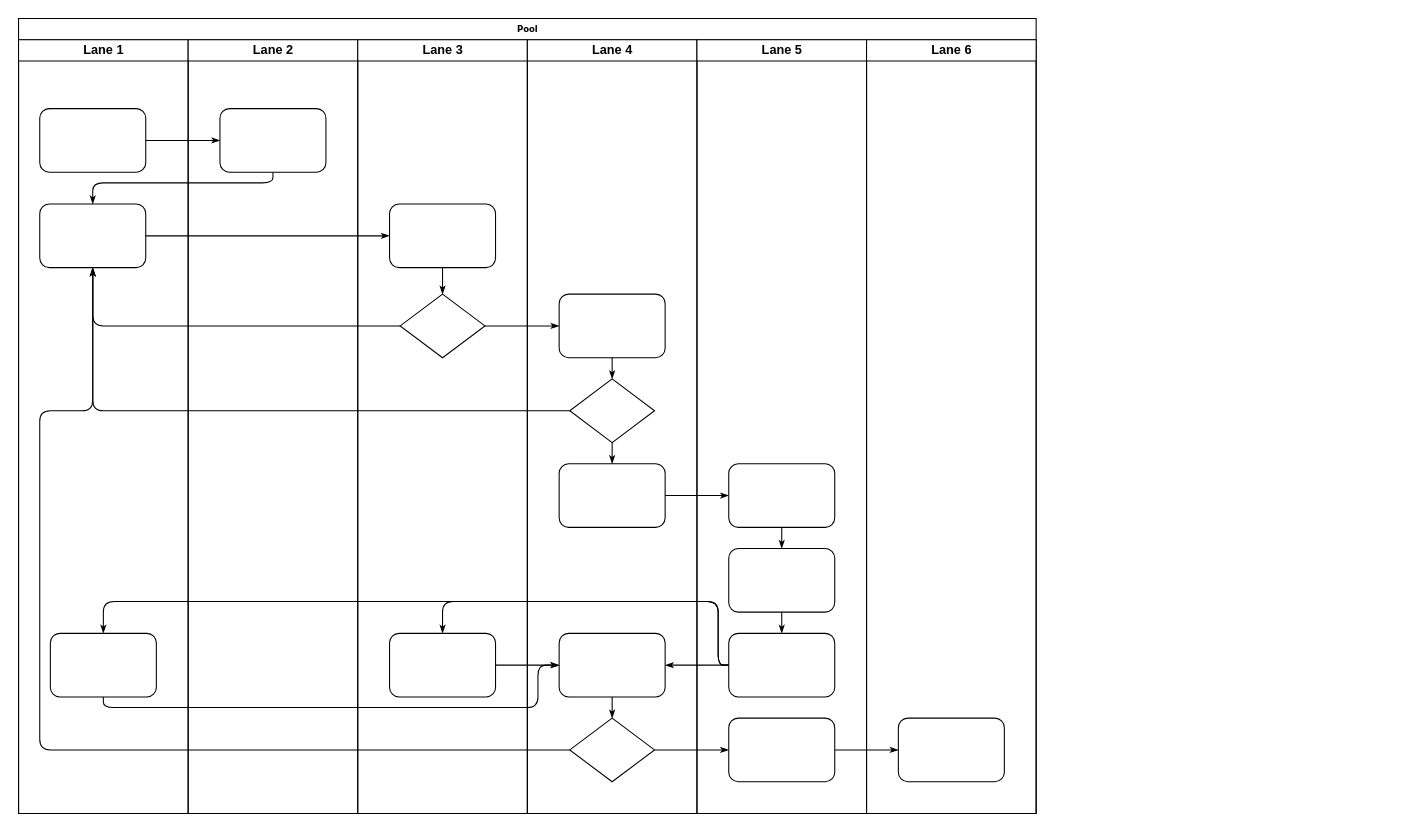
Before: 未命名绘图.drawio in linxinqiang90/drawio, a draw.io diagram. Source tidied: cells renumbered, new cells numbered last; positions are measured from the earlier drawing's top-left corner, leaving out a move shared by most shapes. Both pictures are drawn from the tidied source at 106%, with x=0, y=0 at pixel (18, 18).
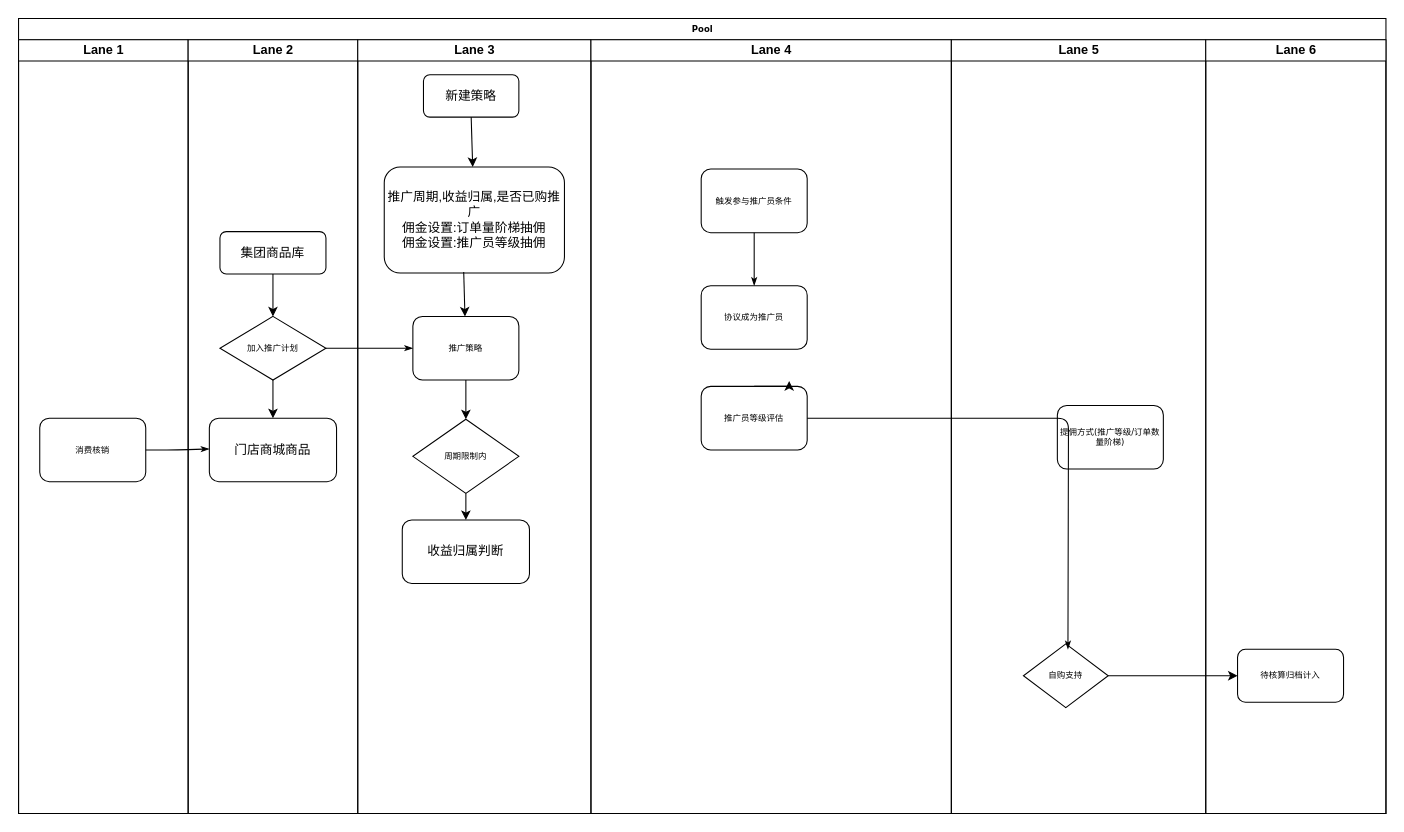
The same diagram, later.

Commit message:
更新未命名绘图.drawio

Unchanged cells that the change refers to:
```xml
<mxCell id="3" value="Lane 1" style="swimlane;html=1;startSize=20;" parent="2" vertex="1">
  <mxGeometry y="20" width="160" height="730" as="geometry" />
</mxCell>
```

Change to the diagram source:
```diff
@@
     <mxCell id="2" value="Pool" style="swimlane;html=1;startSize=20;rounded=0;shadow=0;labelBackgroundColor=none;strokeWidth=1;fontFamily=Verdana;fontSize=8;align=center;" parent="1" vertex="1">
-      <mxGeometry width="960" height="750" as="geometry" />
+      <mxGeometry width="1290" height="750" as="geometry" />
     </mxCell>
@@
+    <mxCell id="5" value="消费核销" style="rounded=1;whiteSpace=wrap;html=1;shadow=0;labelBackgroundColor=none;strokeWidth=1;fontFamily=Verdana;fontSize=8;align=center;" parent="3" vertex="1">
+      <mxGeometry x="20" y="357" width="100" height="60" as="geometry" />
+    </mxCell>
+    <mxCell id="9" style="edgeStyle=orthogonalEdgeStyle;rounded=1;html=1;labelBackgroundColor=none;startArrow=none;startFill=0;startSize=5;endArrow=classicThin;endFill=1;endSize=5;jettySize=auto;strokeWidth=1;fontFamily=Verdana;fontSize=8;exitX=1;exitY=0.5;exitDx=0;exitDy=0;" parent="2" edge="1" source="5">
+      <mxGeometry relative="1" as="geometry">
+        <mxPoint x="180" y="406" as="targetPoint" />
+      </mxGeometry>
+    </mxCell>
+    <mxCell id="13" style="edgeStyle=orthogonalEdgeStyle;rounded=1;html=1;labelBackgroundColor=none;startArrow=none;startFill=0;startSize=5;endArrow=classicThin;endFill=1;endSize=5;jettySize=auto;strokeWidth=1;fontFamily=Verdana;fontSize=8;" parent="2" edge="1" source="26" target="30">
+      <mxGeometry relative="1" as="geometry" />
+    </mxCell>
+    <mxCell id="22" value="Lane 2" style="swimlane;html=1;startSize=20;" parent="2" vertex="1">
+      <mxGeometry x="160" y="20" width="160" height="730" as="geometry" />
+    </mxCell>
+    <mxCell id="26" value="加入推广计划" style="rhombus;whiteSpace=wrap;html=1;rounded=0;shadow=0;labelBackgroundColor=none;strokeWidth=1;fontFamily=Verdana;fontSize=8;align=center;" parent="22" vertex="1">
+      <mxGeometry x="30" y="261" width="100" height="60" as="geometry" />
+    </mxCell>
+    <mxCell id="47" value="集团商品库" style="rounded=1;whiteSpace=wrap;html=1;" parent="22" vertex="1">
+      <mxGeometry x="30" y="181" width="100" height="40" as="geometry" />
+    </mxCell>
+    <mxCell id="48" value="门店商城商品" style="rounded=1;whiteSpace=wrap;html=1;" parent="22" vertex="1">
+      <mxGeometry x="20" y="357" width="120" height="60" as="geometry" />
+    </mxCell>
+    <mxCell id="49" style="endArrow=classic;html=1;rounded=0;entryX=0.5;entryY=0;entryDx=0;entryDy=0;exitX=0.5;exitY=1;exitDx=0;exitDy=0;" parent="22" edge="1" source="26" target="48">
+      <mxGeometry relative="1" as="geometry" />
+    </mxCell>
+    <mxCell id="24" value="Lane 3" style="swimlane;html=1;startSize=20;" parent="2" vertex="1">
+      <mxGeometry x="320" y="20" width="220" height="730" as="geometry" />
+    </mxCell>
+    <mxCell id="30" value="推广策略" style="rounded=1;whiteSpace=wrap;html=1;shadow=0;labelBackgroundColor=none;strokeWidth=1;fontFamily=Verdana;fontSize=8;align=center;" parent="24" vertex="1">
+      <mxGeometry x="52" y="261" width="100" height="60" as="geometry" />
+    </mxCell>
+    <mxCell id="50" value="周期限制内" style="rhombus;whiteSpace=wrap;html=1;rounded=0;shadow=0;labelBackgroundColor=none;strokeWidth=1;fontFamily=Verdana;fontSize=8;align=center;" parent="24" vertex="1">
+      <mxGeometry x="52" y="358" width="100" height="70" as="geometry" />
+    </mxCell>
+    <mxCell id="51" style="endArrow=classic;html=1;rounded=0;exitX=0.5;exitY=1;exitDx=0;exitDy=0;" parent="24" edge="1" source="30" target="50">
+      <mxGeometry relative="1" as="geometry" />
+    </mxCell>
+    <mxCell id="52" value="收益归属判断" style="rounded=1;whiteSpace=wrap;html=1;" parent="24" vertex="1">
+      <mxGeometry x="42" y="453" width="120" height="60" as="geometry" />
+    </mxCell>
+    <mxCell id="53" style="endArrow=classic;html=1;rounded=0;exitX=0.5;exitY=1;exitDx=0;exitDy=0;" parent="24" edge="1" source="50" target="52">
+      <mxGeometry relative="1" as="geometry" />
+    </mxCell>
+    <mxCell id="54" value="新建策略" style="rounded=1;whiteSpace=wrap;html=1;" parent="24" vertex="1">
+      <mxGeometry x="62" y="33" width="90" height="40" as="geometry" />
+    </mxCell>
+    <mxCell id="55" value="推广周期,收益归属,是否已购推广&lt;br&gt;佣金设置:订单量阶梯抽佣&lt;br&gt;佣金设置:推广员等级抽佣" style="rounded=1;whiteSpace=wrap;html=1;" parent="24" vertex="1">
+      <mxGeometry x="25" y="120" width="170" height="100" as="geometry" />
+    </mxCell>
+    <mxCell id="56" style="endArrow=classic;html=1;rounded=0;exitX=0.5;exitY=1;exitDx=0;exitDy=0;" parent="24" edge="1" source="54" target="55">
+      <mxGeometry relative="1" as="geometry" />
+    </mxCell>
+    <mxCell id="57" style="endArrow=classic;html=1;rounded=0;exitX=0.441;exitY=0.99;exitDx=0;exitDy=0;exitPerimeter=0;" parent="24" edge="1" source="55" target="30">
+      <mxGeometry relative="1" as="geometry" />
+    </mxCell>
+    <mxCell id="29" value="Lane 4" style="swimlane;html=1;startSize=20;" parent="2" vertex="1">
+      <mxGeometry x="540" y="20" width="340" height="730" as="geometry" />
+    </mxCell>
-    <mxCell id="4" style="rounded=1;whiteSpace=wrap;html=1;shadow=0;labelBackgroundColor=none;strokeWidth=1;fontFamily=Verdana;fontSize=8;align=center;" parent="3" vertex="1">
-      <mxGeometry x="20" y="65" width="100" height="60" as="geometry" />
+    <mxCell id="4" value="触发参与推广员条件" style="rounded=1;whiteSpace=wrap;html=1;shadow=0;labelBackgroundColor=none;strokeWidth=1;fontFamily=Verdana;fontSize=8;align=center;" parent="29" vertex="1">
+      <mxGeometry x="104" y="122" width="100" height="60" as="geometry" />
     </mxCell>
-    <mxCell id="5" style="rounded=1;whiteSpace=wrap;html=1;shadow=0;labelBackgroundColor=none;strokeWidth=1;fontFamily=Verdana;fontSize=8;align=center;" parent="3" vertex="1">
-      <mxGeometry x="20" y="155" width="100" height="60" as="geometry" />
-    </mxCell>
-    <mxCell id="6" style="rounded=1;whiteSpace=wrap;html=1;shadow=0;labelBackgroundColor=none;strokeWidth=1;fontFamily=Verdana;fontSize=8;align=center;" parent="3" vertex="1">
-      <mxGeometry x="30" y="560" width="100" height="60" as="geometry" />
-    </mxCell>
-    <mxCell id="7" style="edgeStyle=orthogonalEdgeStyle;rounded=1;html=1;labelBackgroundColor=none;startArrow=none;startFill=0;startSize=5;endArrow=classicThin;endFill=1;endSize=5;jettySize=auto;strokeWidth=1;fontFamily=Verdana;fontSize=8;" parent="2" edge="1" source="4" target="23">
+    <mxCell id="7" style="edgeStyle=orthogonalEdgeStyle;rounded=1;html=1;labelBackgroundColor=none;startArrow=none;startFill=0;startSize=5;endArrow=classicThin;endFill=1;endSize=5;jettySize=auto;strokeWidth=1;fontFamily=Verdana;fontSize=8;" parent="29" edge="1" source="4" target="23">
       <mxGeometry relative="1" as="geometry" />
     </mxCell>
-    <mxCell id="8" style="edgeStyle=orthogonalEdgeStyle;rounded=1;html=1;labelBackgroundColor=none;startArrow=none;startFill=0;startSize=5;endArrow=classicThin;endFill=1;endSize=5;jettySize=auto;strokeWidth=1;fontFamily=Verdana;fontSize=8;" parent="2" edge="1" source="23" target="5">
-      <mxGeometry relative="1" as="geometry">
-        <Array as="points">
-          <mxPoint x="240" y="155" />
-          <mxPoint x="70" y="155" />
-        </Array>
-      </mxGeometry>
-    </mxCell>
-    <mxCell id="9" style="edgeStyle=orthogonalEdgeStyle;rounded=1;html=1;labelBackgroundColor=none;startArrow=none;startFill=0;startSize=5;endArrow=classicThin;endFill=1;endSize=5;jettySize=auto;strokeWidth=1;fontFamily=Verdana;fontSize=8;" parent="2" edge="1" source="5" target="25">
-      <mxGeometry relative="1" as="geometry" />
-    </mxCell>
-    <mxCell id="10" style="edgeStyle=orthogonalEdgeStyle;rounded=1;html=1;labelBackgroundColor=none;startArrow=none;startFill=0;startSize=5;endArrow=classicThin;endFill=1;endSize=5;jettySize=auto;strokeWidth=1;fontFamily=Verdana;fontSize=8;" parent="2" edge="1" source="26" target="5">
-      <mxGeometry relative="1" as="geometry" />
-    </mxCell>
-    <mxCell id="11" style="edgeStyle=orthogonalEdgeStyle;rounded=1;html=1;labelBackgroundColor=none;startArrow=none;startFill=0;startSize=5;endArrow=classicThin;endFill=1;endSize=5;jettySize=auto;strokeWidth=1;fontFamily=Verdana;fontSize=8;" parent="2" edge="1" source="31" target="5">
-      <mxGeometry relative="1" as="geometry" />
-    </mxCell>
-    <mxCell id="12" style="edgeStyle=orthogonalEdgeStyle;rounded=1;html=1;labelBackgroundColor=none;startArrow=none;startFill=0;startSize=5;endArrow=classicThin;endFill=1;endSize=5;jettySize=auto;strokeWidth=1;fontFamily=Verdana;fontSize=8;" parent="2" edge="1" source="34" target="5">
-      <mxGeometry relative="1" as="geometry">
-        <Array as="points">
-          <mxPoint x="20" y="690" />
-          <mxPoint x="20" y="370" />
-          <mxPoint x="70" y="370" />
-        </Array>
-      </mxGeometry>
-    </mxCell>
-    <mxCell id="13" style="edgeStyle=orthogonalEdgeStyle;rounded=1;html=1;labelBackgroundColor=none;startArrow=none;startFill=0;startSize=5;endArrow=classicThin;endFill=1;endSize=5;jettySize=auto;strokeWidth=1;fontFamily=Verdana;fontSize=8;" parent="2" edge="1" source="26" target="30">
-      <mxGeometry relative="1" as="geometry" />
-    </mxCell>
-    <mxCell id="14" style="edgeStyle=orthogonalEdgeStyle;rounded=1;html=1;labelBackgroundColor=none;startArrow=none;startFill=0;startSize=5;endArrow=classicThin;endFill=1;endSize=5;jettySize=auto;strokeWidth=1;fontFamily=Verdana;fontSize=8;" parent="2" edge="1" source="34" target="42">
-      <mxGeometry relative="1" as="geometry" />
-    </mxCell>
-    <mxCell id="15" style="edgeStyle=orthogonalEdgeStyle;rounded=1;html=1;labelBackgroundColor=none;startArrow=none;startFill=0;startSize=5;endArrow=classicThin;endFill=1;endSize=5;jettySize=auto;strokeWidth=1;fontFamily=Verdana;fontSize=8;" parent="2" edge="1" source="42" target="46">
-      <mxGeometry relative="1" as="geometry" />
-    </mxCell>
-    <mxCell id="16" style="edgeStyle=orthogonalEdgeStyle;rounded=1;html=1;labelBackgroundColor=none;startArrow=none;startFill=0;startSize=5;endArrow=classicThin;endFill=1;endSize=5;jettySize=auto;strokeWidth=1;fontFamily=Verdana;fontSize=8;" parent="2" edge="1" source="32" target="39">
-      <mxGeometry relative="1" as="geometry" />
-    </mxCell>
-    <mxCell id="17" style="edgeStyle=orthogonalEdgeStyle;rounded=1;html=1;labelBackgroundColor=none;startArrow=none;startFill=0;startSize=5;endArrow=classicThin;endFill=1;endSize=5;jettySize=auto;strokeWidth=1;fontFamily=Verdana;fontSize=8;" parent="2" edge="1" source="41" target="27">
-      <mxGeometry relative="1" as="geometry">
-        <Array as="points">
-          <mxPoint x="660" y="610" />
-          <mxPoint x="660" y="550" />
-          <mxPoint x="400" y="550" />
-        </Array>
-      </mxGeometry>
-    </mxCell>
-    <mxCell id="18" style="edgeStyle=orthogonalEdgeStyle;rounded=1;html=1;labelBackgroundColor=none;startArrow=none;startFill=0;startSize=5;endArrow=classicThin;endFill=1;endSize=5;jettySize=auto;strokeColor=#000000;strokeWidth=1;fontFamily=Verdana;fontSize=8;fontColor=#000000;" parent="2" edge="1" source="41" target="33">
-      <mxGeometry relative="1" as="geometry" />
-    </mxCell>
-    <mxCell id="19" style="edgeStyle=orthogonalEdgeStyle;rounded=1;html=1;labelBackgroundColor=none;startArrow=none;startFill=0;startSize=5;endArrow=classicThin;endFill=1;endSize=5;jettySize=auto;strokeWidth=1;fontFamily=Verdana;fontSize=8;" parent="2" edge="1" source="41" target="6">
-      <mxGeometry relative="1" as="geometry">
-        <Array as="points">
-          <mxPoint x="660" y="610" />
-          <mxPoint x="660" y="550" />
-          <mxPoint x="80" y="550" />
-        </Array>
-      </mxGeometry>
-    </mxCell>
-    <mxCell id="20" style="edgeStyle=orthogonalEdgeStyle;rounded=1;html=1;labelBackgroundColor=none;startArrow=none;startFill=0;startSize=5;endArrow=classicThin;endFill=1;endSize=5;jettySize=auto;strokeWidth=1;fontFamily=Verdana;fontSize=8;" parent="2" edge="1" source="6" target="33">
-      <mxGeometry relative="1" as="geometry">
-        <Array as="points">
-          <mxPoint x="80" y="650" />
-          <mxPoint x="490" y="650" />
-          <mxPoint x="490" y="610" />
-        </Array>
-      </mxGeometry>
-    </mxCell>
-    <mxCell id="21" style="edgeStyle=orthogonalEdgeStyle;rounded=1;html=1;labelBackgroundColor=none;startArrow=none;startFill=0;startSize=5;endArrow=classicThin;endFill=1;endSize=5;jettySize=auto;strokeWidth=1;fontFamily=Verdana;fontSize=8;" parent="2" edge="1" source="27" target="33">
-      <mxGeometry relative="1" as="geometry" />
-    </mxCell>
-    <mxCell id="22" value="Lane 2" style="swimlane;html=1;startSize=20;" parent="2" vertex="1">
-      <mxGeometry x="160" y="20" width="160" height="730" as="geometry" />
-    </mxCell>
-    <mxCell id="23" style="rounded=1;whiteSpace=wrap;html=1;shadow=0;labelBackgroundColor=none;strokeWidth=1;fontFamily=Verdana;fontSize=8;align=center;" parent="22" vertex="1">
-      <mxGeometry x="30" y="65" width="100" height="60" as="geometry" />
+    <mxCell id="23" value="协议成为推广员" style="rounded=1;whiteSpace=wrap;html=1;shadow=0;labelBackgroundColor=none;strokeWidth=1;fontFamily=Verdana;fontSize=8;align=center;" parent="29" vertex="1">
+      <mxGeometry x="104" y="232" width="100" height="60" as="geometry" />
     </mxCell>
-    <mxCell id="24" value="Lane 3" style="swimlane;html=1;startSize=20;" parent="2" vertex="1">
-      <mxGeometry x="320" y="20" width="160" height="730" as="geometry" />
-    </mxCell>
-    <mxCell id="25" style="rounded=1;whiteSpace=wrap;html=1;shadow=0;labelBackgroundColor=none;strokeWidth=1;fontFamily=Verdana;fontSize=8;align=center;" parent="24" vertex="1">
-      <mxGeometry x="30" y="155" width="100" height="60" as="geometry" />
-    </mxCell>
-    <mxCell id="26" style="rhombus;whiteSpace=wrap;html=1;rounded=0;shadow=0;labelBackgroundColor=none;strokeWidth=1;fontFamily=Verdana;fontSize=8;align=center;" parent="24" vertex="1">
-      <mxGeometry x="40" y="240" width="80" height="60" as="geometry" />
-    </mxCell>
-    <mxCell id="27" style="rounded=1;whiteSpace=wrap;html=1;shadow=0;labelBackgroundColor=none;strokeWidth=1;fontFamily=Verdana;fontSize=8;align=center;" parent="24" vertex="1">
-      <mxGeometry x="30" y="560" width="100" height="60" as="geometry" />
-    </mxCell>
-    <mxCell id="28" style="edgeStyle=orthogonalEdgeStyle;rounded=1;html=1;labelBackgroundColor=none;startArrow=none;startFill=0;startSize=5;endArrow=classicThin;endFill=1;endSize=5;jettySize=auto;strokeWidth=1;fontFamily=Verdana;fontSize=8;" parent="24" edge="1" source="25" target="26">
-      <mxGeometry relative="1" as="geometry" />
-    </mxCell>
-    <mxCell id="29" value="Lane 4" style="swimlane;html=1;startSize=20;" parent="2" vertex="1">
-      <mxGeometry x="480" y="20" width="160" height="730" as="geometry" />
-    </mxCell>
-    <mxCell id="30" style="rounded=1;whiteSpace=wrap;html=1;shadow=0;labelBackgroundColor=none;strokeWidth=1;fontFamily=Verdana;fontSize=8;align=center;" parent="29" vertex="1">
-      <mxGeometry x="30" y="240" width="100" height="60" as="geometry" />
-    </mxCell>
-    <mxCell id="31" style="rhombus;whiteSpace=wrap;html=1;rounded=0;shadow=0;labelBackgroundColor=none;strokeWidth=1;fontFamily=Verdana;fontSize=8;align=center;" parent="29" vertex="1">
-      <mxGeometry x="40" y="320" width="80" height="60" as="geometry" />
-    </mxCell>
-    <mxCell id="32" style="rounded=1;whiteSpace=wrap;html=1;shadow=0;labelBackgroundColor=none;strokeWidth=1;fontFamily=Verdana;fontSize=8;align=center;" parent="29" vertex="1">
-      <mxGeometry x="30" y="400" width="100" height="60" as="geometry" />
+    <mxCell id="32" value="推广员等级评估" style="rounded=1;whiteSpace=wrap;html=1;shadow=0;labelBackgroundColor=none;strokeWidth=1;fontFamily=Verdana;fontSize=8;align=center;" parent="29" vertex="1">
+      <mxGeometry x="104" y="327" width="100" height="60" as="geometry" />
     </mxCell>
-    <mxCell id="33" style="rounded=1;whiteSpace=wrap;html=1;shadow=0;labelBackgroundColor=none;strokeWidth=1;fontFamily=Verdana;fontSize=8;align=center;" parent="29" vertex="1">
-      <mxGeometry x="30" y="560" width="100" height="60" as="geometry" />
-    </mxCell>
-    <mxCell id="34" style="rhombus;whiteSpace=wrap;html=1;rounded=0;shadow=0;labelBackgroundColor=none;strokeWidth=1;fontFamily=Verdana;fontSize=8;align=center;" parent="29" vertex="1">
-      <mxGeometry x="40" y="640" width="80" height="60" as="geometry" />
-    </mxCell>
-    <mxCell id="35" style="edgeStyle=orthogonalEdgeStyle;rounded=1;html=1;labelBackgroundColor=none;startArrow=none;startFill=0;startSize=5;endArrow=classicThin;endFill=1;endSize=5;jettySize=auto;strokeColor=#000000;strokeWidth=1;fontFamily=Verdana;fontSize=8;fontColor=#000000;" parent="29" edge="1" source="30" target="31">
-      <mxGeometry relative="1" as="geometry" />
-    </mxCell>
-    <mxCell id="36" style="edgeStyle=orthogonalEdgeStyle;rounded=1;html=1;labelBackgroundColor=none;startArrow=none;startFill=0;startSize=5;endArrow=classicThin;endFill=1;endSize=5;jettySize=auto;strokeWidth=1;fontFamily=Verdana;fontSize=8;" parent="29" edge="1" source="31" target="32">
-      <mxGeometry relative="1" as="geometry" />
-    </mxCell>
-    <mxCell id="37" style="edgeStyle=orthogonalEdgeStyle;rounded=1;html=1;labelBackgroundColor=none;startArrow=none;startFill=0;startSize=5;endArrow=classicThin;endFill=1;endSize=5;jettySize=auto;strokeWidth=1;fontFamily=Verdana;fontSize=8;" parent="29" edge="1" source="33" target="34">
-      <mxGeometry relative="1" as="geometry" />
-    </mxCell>
+    <mxCell id="58" style="edgeStyle=orthogonalEdgeStyle;rounded=0;orthogonalLoop=1;jettySize=auto;html=1;exitX=0.5;exitY=0;exitDx=0;exitDy=0;entryX=0.83;entryY=-0.083;entryDx=0;entryDy=0;entryPerimeter=0;" parent="29" edge="1" source="32" target="32">
+      <mxGeometry relative="1" as="geometry" />
+    </mxCell>
     <mxCell id="38" value="Lane 5" style="swimlane;html=1;startSize=20;" parent="2" vertex="1">
-      <mxGeometry x="640" y="20" width="160" height="730" as="geometry" />
+      <mxGeometry x="880" y="20" width="240" height="730" as="geometry" />
     </mxCell>
-    <mxCell id="39" style="rounded=1;whiteSpace=wrap;html=1;shadow=0;labelBackgroundColor=none;strokeWidth=1;fontFamily=Verdana;fontSize=8;align=center;" parent="38" vertex="1">
-      <mxGeometry x="30" y="400" width="100" height="60" as="geometry" />
-    </mxCell>
-    <mxCell id="40" style="rounded=1;whiteSpace=wrap;html=1;shadow=0;labelBackgroundColor=none;strokeWidth=1;fontFamily=Verdana;fontSize=8;align=center;" parent="38" vertex="1">
-      <mxGeometry x="30" y="480" width="100" height="60" as="geometry" />
-    </mxCell>
-    <mxCell id="41" style="rounded=1;whiteSpace=wrap;html=1;shadow=0;labelBackgroundColor=none;strokeWidth=1;fontFamily=Verdana;fontSize=8;align=center;" parent="38" vertex="1">
-      <mxGeometry x="30" y="560" width="100" height="60" as="geometry" />
-    </mxCell>
-    <mxCell id="42" style="rounded=1;whiteSpace=wrap;html=1;shadow=0;labelBackgroundColor=none;strokeWidth=1;fontFamily=Verdana;fontSize=8;align=center;" parent="38" vertex="1">
-      <mxGeometry x="30" y="640" width="100" height="60" as="geometry" />
-    </mxCell>
-    <mxCell id="43" style="edgeStyle=orthogonalEdgeStyle;rounded=1;html=1;labelBackgroundColor=none;startArrow=none;startFill=0;startSize=5;endArrow=classicThin;endFill=1;endSize=5;jettySize=auto;strokeWidth=1;fontFamily=Verdana;fontSize=8;" parent="38" edge="1" source="39" target="40">
-      <mxGeometry relative="1" as="geometry" />
-    </mxCell>
-    <mxCell id="44" style="edgeStyle=orthogonalEdgeStyle;rounded=1;html=1;labelBackgroundColor=none;startArrow=none;startFill=0;startSize=5;endArrow=classicThin;endFill=1;endSize=5;jettySize=auto;strokeWidth=1;fontFamily=Verdana;fontSize=8;" parent="38" edge="1" source="40" target="41">
-      <mxGeometry relative="1" as="geometry" />
-    </mxCell>
+    <mxCell id="59" value="自购支持" style="rhombus;whiteSpace=wrap;html=1;rounded=0;shadow=0;labelBackgroundColor=none;strokeWidth=1;fontFamily=Verdana;fontSize=8;align=center;" parent="38" vertex="1">
+      <mxGeometry x="68" y="570" width="80" height="60" as="geometry" />
+    </mxCell>
+    <mxCell id="60" value="提佣方式(推广等级/订单数量阶梯)" style="rounded=1;whiteSpace=wrap;html=1;shadow=0;labelBackgroundColor=none;strokeWidth=1;fontFamily=Verdana;fontSize=8;align=center;" parent="38" vertex="1">
+      <mxGeometry x="100" y="345" width="100" height="60" as="geometry" />
+    </mxCell>
     <mxCell id="45" value="Lane 6" style="swimlane;html=1;startSize=20;" parent="2" vertex="1">
-      <mxGeometry x="800" y="20" width="160" height="730" as="geometry" />
+      <mxGeometry x="1120" y="20" width="170" height="730" as="geometry" />
     </mxCell>
-    <mxCell id="46" style="rounded=1;whiteSpace=wrap;html=1;shadow=0;labelBackgroundColor=none;strokeWidth=1;fontFamily=Verdana;fontSize=8;align=center;" parent="45" vertex="1">
-      <mxGeometry x="30" y="640" width="100" height="60" as="geometry" />
-    </mxCell>
+    <mxCell id="61" value="待核算归档计入" style="rounded=1;whiteSpace=wrap;html=1;shadow=0;labelBackgroundColor=none;strokeWidth=1;fontFamily=Verdana;fontSize=8;align=center;" parent="45" vertex="1">
+      <mxGeometry x="30" y="575" width="100" height="50" as="geometry" />
+    </mxCell>
+    <mxCell id="62" style="edgeStyle=orthogonalEdgeStyle;rounded=1;html=1;labelBackgroundColor=none;startArrow=none;startFill=0;startSize=5;endArrow=classicThin;endFill=1;endSize=5;jettySize=auto;strokeWidth=1;fontFamily=Verdana;fontSize=8;exitX=1;exitY=0.5;exitDx=0;exitDy=0;" parent="2" edge="1" source="32">
+      <mxGeometry relative="1" as="geometry">
+        <mxPoint x="990" y="595" as="targetPoint" />
+      </mxGeometry>
+    </mxCell>
+    <mxCell id="63" style="endArrow=classic;html=1;rounded=0;entryX=0;entryY=0.5;entryDx=0;entryDy=0;exitX=1;exitY=0.5;exitDx=0;exitDy=0;" parent="2" edge="1" source="59" target="61">
+      <mxGeometry relative="1" as="geometry" />
+    </mxCell>
+    <mxCell id="64" style="endArrow=classic;html=1;rounded=0;" parent="1" edge="1" target="26">
+      <mxGeometry relative="1" as="geometry">
+        <mxPoint x="240" y="241" as="sourcePoint" />
+      </mxGeometry>
+    </mxCell>
```
